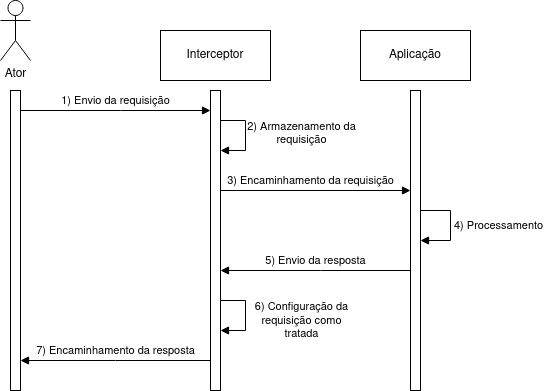
The draw.io diagram images/interceptor-intercept.png in GianOrtiz/tcc, before a commit. Source tidied: cells renumbered, new cells last; positions are measured from the earlier drawing's top-left corner, leaving out a move shared by most shapes.
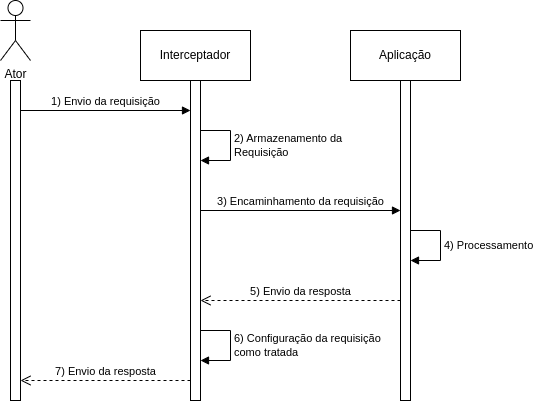
The same diagram one commit later.

The edit, as a diff of the source:
```diff
@@ -2,78 +2,70 @@
   <root>
     <mxCell id="0" />
     <mxCell id="1" parent="0" />
-    <mxCell id="2" style="html=1;points=[];perimeter=orthogonalPerimeter;outlineConnect=0;targetShapes=umlLifeline;portConstraint=eastwest;newEdgeStyle={&quot;edgeStyle&quot;:&quot;elbowEdgeStyle&quot;,&quot;elbow&quot;:&quot;vertical&quot;,&quot;curved&quot;:0,&quot;rounded&quot;:0};" parent="1" vertex="1">
-      <mxGeometry x="10" y="90" width="10" height="300" as="geometry" />
-    </mxCell>
     <mxCell id="3" value="Ator" style="shape=umlActor;verticalLabelPosition=bottom;verticalAlign=top;html=1;" parent="1" vertex="1">
-      <mxGeometry width="30" height="60" as="geometry" />
+      <mxGeometry x="20" y="-10" width="30" height="60" as="geometry" />
     </mxCell>
-    <mxCell id="4" style="html=1;points=[];perimeter=orthogonalPerimeter;outlineConnect=0;targetShapes=umlLifeline;portConstraint=eastwest;newEdgeStyle={&quot;edgeStyle&quot;:&quot;elbowEdgeStyle&quot;,&quot;elbow&quot;:&quot;vertical&quot;,&quot;curved&quot;:0,&quot;rounded&quot;:0};" parent="1" vertex="1">
-      <mxGeometry x="210" y="90" width="10" height="300" as="geometry" />
-    </mxCell>
-    <mxCell id="5" style="html=1;points=[];perimeter=orthogonalPerimeter;outlineConnect=0;targetShapes=umlLifeline;portConstraint=eastwest;newEdgeStyle={&quot;edgeStyle&quot;:&quot;elbowEdgeStyle&quot;,&quot;elbow&quot;:&quot;vertical&quot;,&quot;curved&quot;:0,&quot;rounded&quot;:0};" parent="1" vertex="1">
-      <mxGeometry x="410" y="90" width="10" height="300" as="geometry" />
-    </mxCell>
-    <mxCell id="6" value="Interceptor" style="html=1;whiteSpace=wrap;" parent="1" vertex="1">
-      <mxGeometry x="160" y="30" width="110" height="50" as="geometry" />
-    </mxCell>
+    <mxCell id="15" value="Interceptador" style="html=1;whiteSpace=wrap;" parent="1" vertex="1">
+      <mxGeometry x="160" y="20" width="110" height="50" as="geometry" />
+    </mxCell>
     <mxCell id="7" value="Aplicação" style="html=1;whiteSpace=wrap;" parent="1" vertex="1">
-      <mxGeometry x="360" y="30" width="110" height="50" as="geometry" />
+      <mxGeometry x="370" y="20" width="110" height="50" as="geometry" />
     </mxCell>
+    <mxCell id="16" style="html=1;points=[[0,0,0,0,5],[0,1,0,0,-5],[1,0,0,0,5],[1,1,0,0,-5]];perimeter=orthogonalPerimeter;outlineConnect=0;targetShapes=umlLifeline;portConstraint=eastwest;newEdgeStyle={&quot;curved&quot;:0,&quot;rounded&quot;:0};" parent="1" vertex="1">
+      <mxGeometry x="30" y="70" width="10" height="320" as="geometry" />
+    </mxCell>
+    <mxCell id="17" style="html=1;points=[[0,0,0,0,5],[0,1,0,0,-5],[1,0,0,0,5],[1,1,0,0,-5]];perimeter=orthogonalPerimeter;outlineConnect=0;targetShapes=umlLifeline;portConstraint=eastwest;newEdgeStyle={&quot;curved&quot;:0,&quot;rounded&quot;:0};" parent="1" vertex="1">
+      <mxGeometry x="210" y="70" width="10" height="320" as="geometry" />
+    </mxCell>
+    <mxCell id="18" style="html=1;points=[[0,0,0,0,5],[0,1,0,0,-5],[1,0,0,0,5],[1,1,0,0,-5]];perimeter=orthogonalPerimeter;outlineConnect=0;targetShapes=umlLifeline;portConstraint=eastwest;newEdgeStyle={&quot;curved&quot;:0,&quot;rounded&quot;:0};" parent="1" vertex="1">
+      <mxGeometry x="420" y="70" width="10" height="320" as="geometry" />
+    </mxCell>
-    <mxCell id="8" value="1) Envio da requisição" style="html=1;verticalAlign=bottom;endArrow=block;edgeStyle=elbowEdgeStyle;elbow=vertical;curved=0;rounded=0;" parent="1" edge="1" source="2" target="4">
+    <mxCell id="8" value="1) Envio da requisição" style="html=1;verticalAlign=bottom;endArrow=block;curved=0;rounded=0;" parent="1" edge="1" target="17">
       <mxGeometry relative="1" as="geometry">
-        <Array as="points">
-          <mxPoint x="120" y="110" />
-        </Array>
+        <mxPoint x="40" y="100" as="sourcePoint" />
       </mxGeometry>
     </mxCell>
-    <mxCell id="9" value="&lt;div align=&quot;center&quot;&gt;2) Armazenamento da&lt;br&gt;requisição&lt;br&gt;&lt;/div&gt;" style="html=1;align=center;spacingLeft=2;endArrow=block;rounded=0;edgeStyle=orthogonalEdgeStyle;curved=0;rounded=0;" parent="1" edge="1">
-      <mxGeometry x="-0.06" y="55" relative="1" as="geometry">
-        <mxPoint x="220" y="120" as="sourcePoint" />
-        <mxPoint x="220" y="150" as="targetPoint" />
-        <Array as="points">
-          <mxPoint x="245" y="150" />
-        </Array>
-      </mxGeometry>
-    </mxCell>
+    <mxCell id="19" value="2) Armazenamento da&lt;br&gt;Requisição" style="html=1;align=left;spacingLeft=2;endArrow=block;rounded=0;edgeStyle=orthogonalEdgeStyle;curved=0;rounded=0;" parent="1" edge="1">
+      <mxGeometry relative="1" as="geometry">
+        <mxPoint x="220" y="120" as="sourcePoint" />
+        <mxPoint x="220" y="150" as="targetPoint" />
+        <Array as="points">
+          <mxPoint x="250" y="150" />
+        </Array>
+      </mxGeometry>
+    </mxCell>
-    <mxCell id="10" value="3) Encaminhamento da requisição" style="html=1;verticalAlign=bottom;endArrow=block;edgeStyle=elbowEdgeStyle;elbow=vertical;curved=0;rounded=0;" parent="1" edge="1" target="5">
+    <mxCell id="10" value="3) Encaminhamento da requisição" style="html=1;verticalAlign=bottom;endArrow=block;curved=0;rounded=0;" parent="1" edge="1" target="18">
       <mxGeometry relative="1" as="geometry">
-        <mxPoint x="220" y="180" as="sourcePoint" />
-        <Array as="points">
-          <mxPoint x="320" y="190" />
-        </Array>
+        <mxPoint x="220" y="200" as="sourcePoint" />
       </mxGeometry>
     </mxCell>
-    <mxCell id="11" value="4) Processamento" style="html=1;align=left;spacingLeft=2;endArrow=block;rounded=0;edgeStyle=orthogonalEdgeStyle;curved=0;rounded=0;" parent="1" edge="1" target="5">
+    <mxCell id="11" value="4) Processamento" style="html=1;align=left;spacingLeft=2;endArrow=block;rounded=0;edgeStyle=orthogonalEdgeStyle;curved=0;rounded=0;" parent="1" edge="1" target="18">
       <mxGeometry relative="1" as="geometry">
-        <mxPoint x="420" y="210" as="sourcePoint" />
+        <mxPoint x="430" y="220" as="sourcePoint" />
         <Array as="points">
-          <mxPoint x="450" y="210" />
-          <mxPoint x="450" y="240" />
+          <mxPoint x="460" y="220" />
+          <mxPoint x="460" y="250" />
         </Array>
       </mxGeometry>
     </mxCell>
-    <mxCell id="12" value="5) Envio da resposta" style="html=1;verticalAlign=bottom;endArrow=block;edgeStyle=elbowEdgeStyle;elbow=vertical;curved=0;rounded=0;" parent="1" edge="1" source="5" target="4">
+    <mxCell id="12" value="5) Envio da resposta" style="html=1;verticalAlign=bottom;endArrow=open;dashed=1;endSize=8;curved=0;rounded=0;" parent="1" edge="1" target="17">
       <mxGeometry relative="1" as="geometry">
-        <Array as="points">
-          <mxPoint x="320" y="270" />
-        </Array>
+        <mxPoint x="420" y="290" as="sourcePoint" />
       </mxGeometry>
     </mxCell>
-    <mxCell id="13" value="6) Configuração da&lt;br&gt;requisição como&lt;br&gt;tratada" style="html=1;align=center;spacingLeft=2;endArrow=block;rounded=0;edgeStyle=orthogonalEdgeStyle;curved=0;rounded=0;" parent="1" edge="1">
-      <mxGeometry x="0.12" y="55" relative="1" as="geometry">
-        <mxPoint x="220" y="300" as="sourcePoint" />
-        <mxPoint x="220" y="330" as="targetPoint" />
+    <mxCell id="13" value="6) Configuração da requisição&lt;br&gt;como tratada" style="html=1;align=left;spacingLeft=2;endArrow=block;rounded=0;edgeStyle=orthogonalEdgeStyle;curved=0;rounded=0;" parent="1" edge="1">
+      <mxGeometry relative="1" as="geometry">
+        <mxPoint x="220" y="320" as="sourcePoint" />
+        <mxPoint x="220" y="350" as="targetPoint" />
         <Array as="points">
-          <mxPoint x="245" y="330" />
+          <mxPoint x="250" y="350" />
         </Array>
       </mxGeometry>
     </mxCell>
-    <mxCell id="14" value="7) Encaminhamento da resposta" style="html=1;verticalAlign=bottom;endArrow=block;edgeStyle=elbowEdgeStyle;elbow=vertical;curved=0;rounded=0;" parent="1" edge="1">
-      <mxGeometry relative="1" as="geometry">
-        <mxPoint x="210" y="360" as="sourcePoint" />
-        <mxPoint x="20" y="360" as="targetPoint" />
-      </mxGeometry>
-    </mxCell>
+    <mxCell id="20" value="7) Envio da resposta" style="html=1;verticalAlign=bottom;endArrow=open;dashed=1;endSize=8;curved=0;rounded=0;" parent="1" edge="1" target="16">
+      <mxGeometry relative="1" as="geometry">
+        <mxPoint x="210" y="370" as="sourcePoint" />
+      </mxGeometry>
+    </mxCell>
   </root>
 </mxGraphModel>
```
